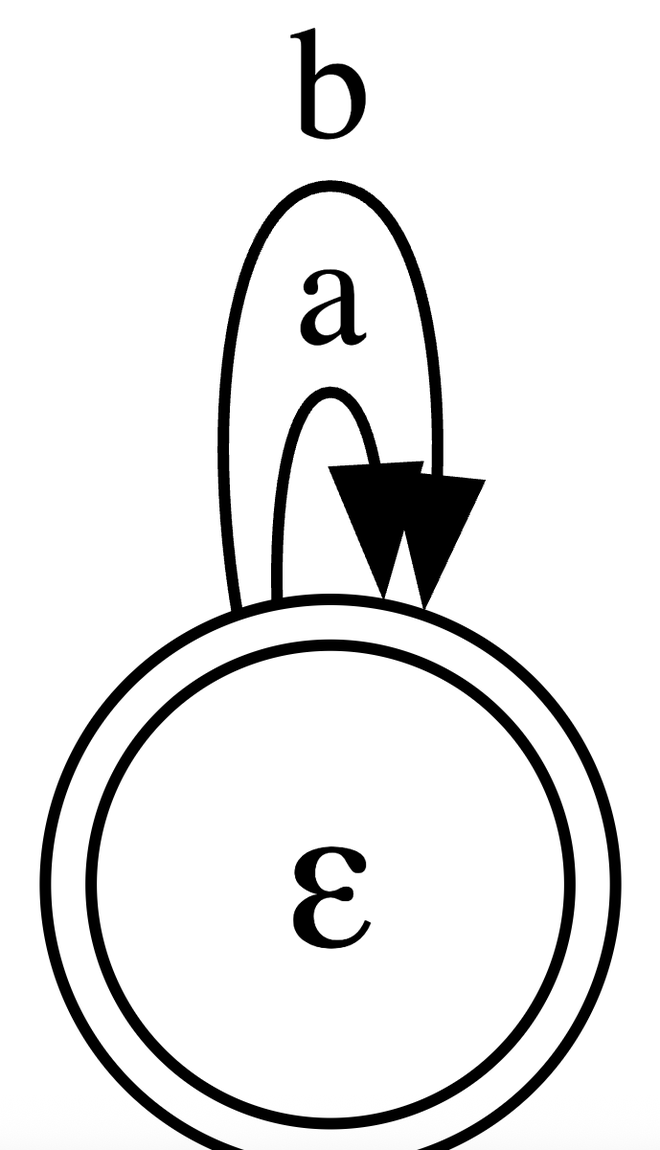
This is lab1/img/automaton.png from Prrromanssss/formal-languages-labs, a Graphviz export, as it was before one commit. Its source is kept beside it as lab1/dot/automaton.dot. The source it was exported from:
```dot
digraph G {
  rankdir=LR;
  node [shape=doublecircle, fontsize=18];
  q0 [label="ε"];
  node [shape=circle];

  q0 -> q0 [label="a"];
  q0 -> q0 [label="b"];
}
```
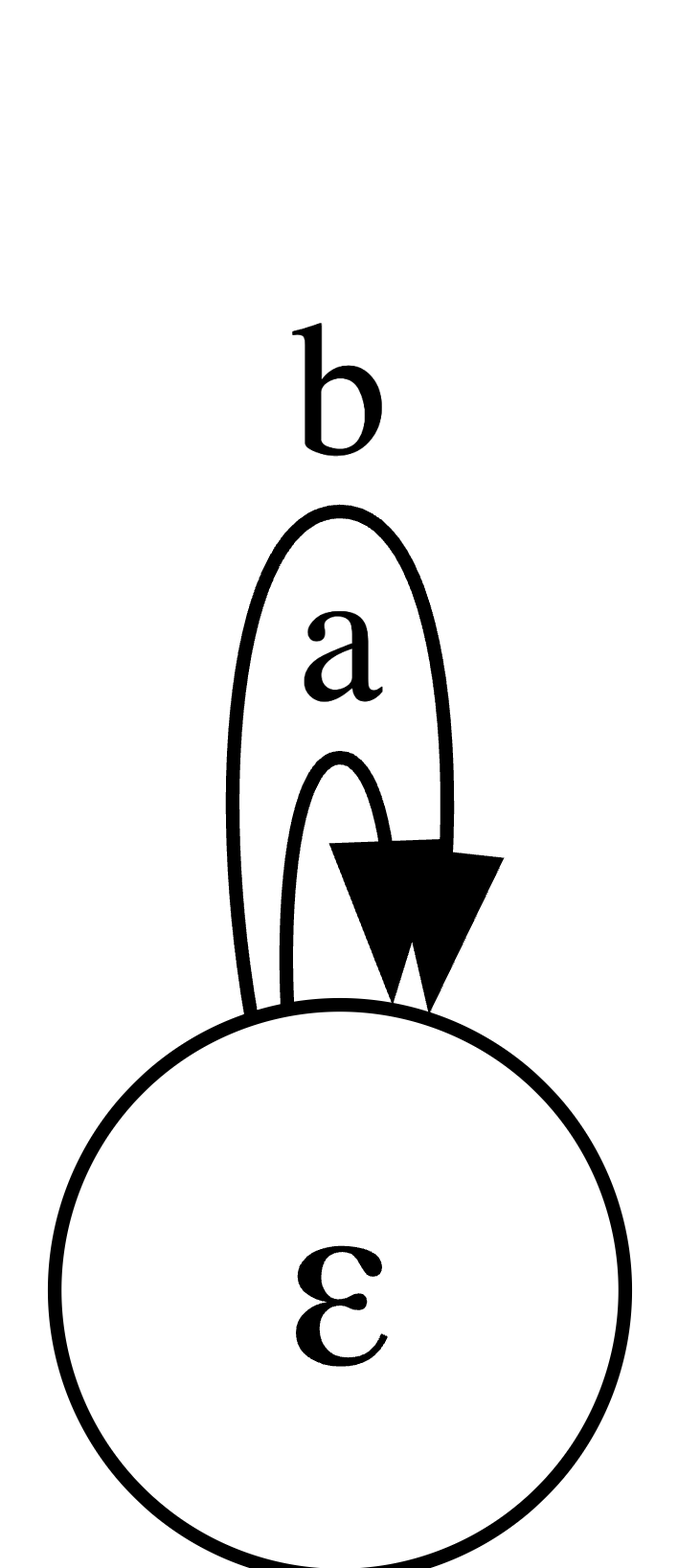
The same diagram one commit later.

Change to the diagram source:
```diff
@@ -1,6 +1,6 @@
 digraph G {
   rankdir=LR;
-  node [shape=doublecircle, fontsize=18];
+  node [shape=circle, fontsize=18];
   q0 [label="ε"];
   node [shape=circle];
 
```
